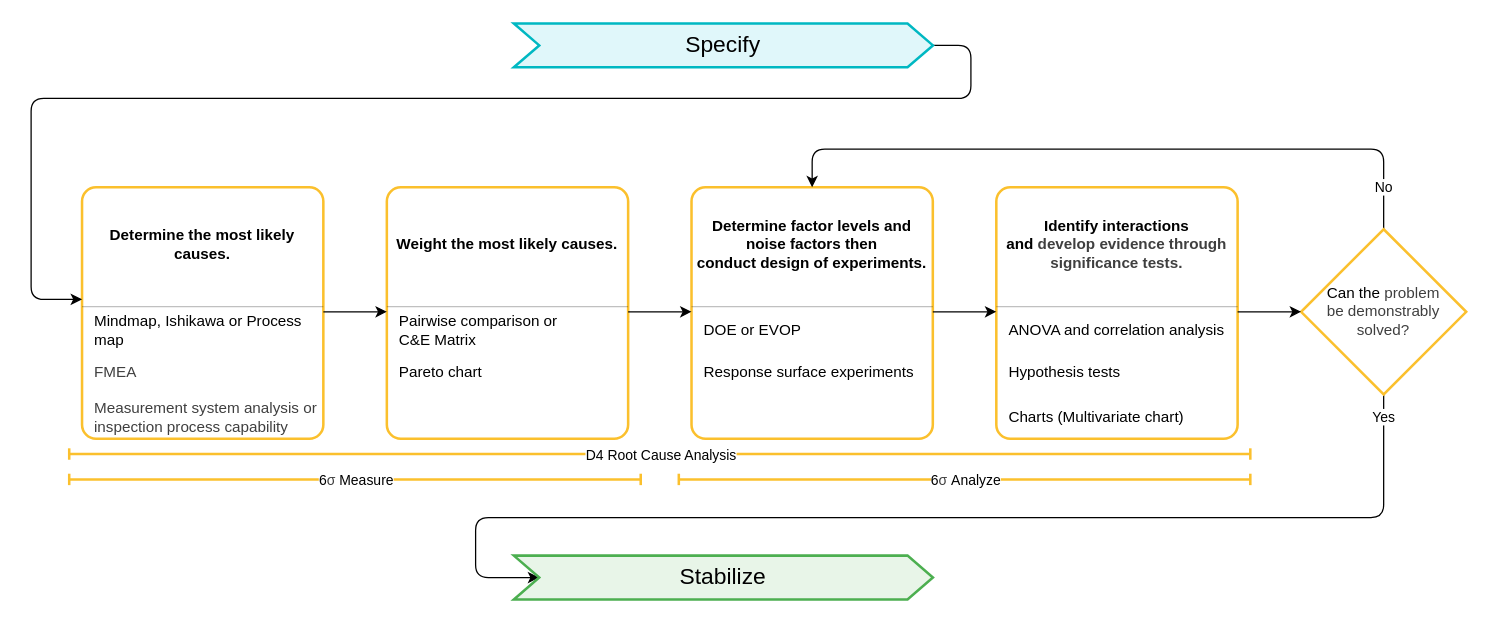
Above: page "Scrutinize" (2 of 8) of docs/guides/3s.drawio in j4ggr/DaSPi (draw.io), before the change. Source tidied: cells renumbered, new cells numbered last; positions are measured from the earlier drawing's top-left corner, leaving out a move shared by most shapes. Both pictures are drawn from the tidied source at 127%, with x=0, y=0 at pixel (30, 23).
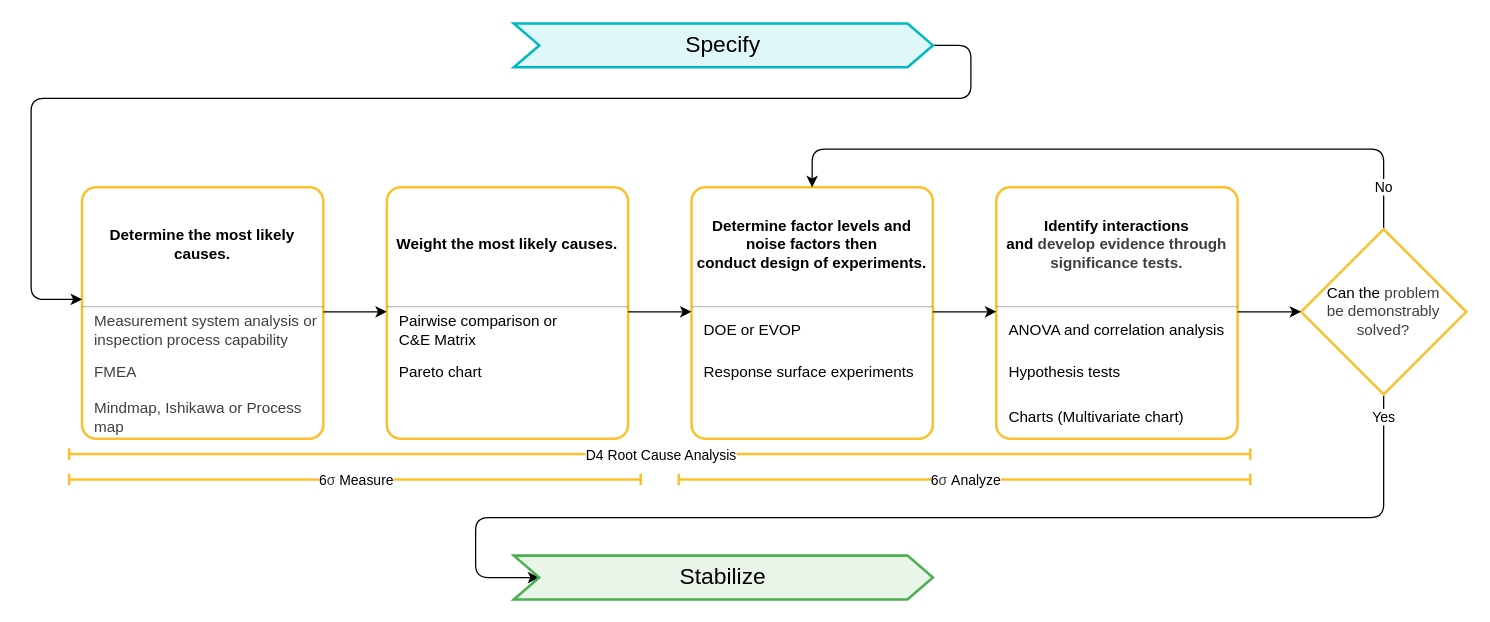
The same page after the edit.

Unchanged cells that the change refers to:
```xml
<mxCell id="2" style="fontStyle=1;align=left;verticalAlign=middle;horizontal=1;rounded=1;absoluteArcSize=1;arcSize=22;fillColor=#FFFFFF;strokeColor=#fbc02d;fontFamily=Helvetica;strokeWidth=2;" parent="1" vertex="1">
  <mxGeometry x="40.1" y="129" width="190" height="198" as="geometry" />
</mxCell>
```

Change to the diagram source:
```diff
@@
-    <mxCell id="5" value="&lt;div style=&quot;&quot;&gt;&lt;span style=&quot;background-color: transparent;&quot;&gt;&lt;font&gt;Mindmap, Ishikawa or Process map&lt;/font&gt;&lt;/span&gt;&lt;/div&gt;" style="html=1;align=left;spacing=0;spacingLeft=10;verticalAlign=middle;strokeColor=none;fillColor=none;whiteSpace=wrap;fontFamily=Helvetica;" parent="2" vertex="1">
+    <mxCell id="5" value="&lt;div style=&quot;&quot;&gt;&lt;span style=&quot;color: rgb(63, 63, 63);&quot;&gt;Measurement system analysis or inspection process capability&lt;/span&gt;&lt;/div&gt;" style="html=1;align=left;spacing=0;spacingLeft=10;verticalAlign=middle;strokeColor=none;fillColor=none;whiteSpace=wrap;fontFamily=Helvetica;" parent="2" vertex="1">
       <mxGeometry y="98" width="190" height="30" as="geometry" />
     </mxCell>
@@
-    <mxCell id="7" value="&lt;span style=&quot;color: rgb(63, 63, 63);&quot;&gt;Measurement system analysis or inspection process capability&lt;/span&gt;" style="html=1;align=left;spacingLeft=10;spacing=0;verticalAlign=middle;strokeColor=none;fillColor=none;whiteSpace=wrap;fontFamily=Helvetica;" parent="2" vertex="1">
+    <mxCell id="7" value="&lt;span style=&quot;color: rgb(63, 63, 63);&quot;&gt;Mindmap, Ishikawa or Process map&lt;/span&gt;" style="html=1;align=left;spacingLeft=10;spacing=0;verticalAlign=middle;strokeColor=none;fillColor=none;whiteSpace=wrap;fontFamily=Helvetica;" parent="2" vertex="1">
       <mxGeometry y="163" width="190" height="35" as="geometry" />
     </mxCell>
```
